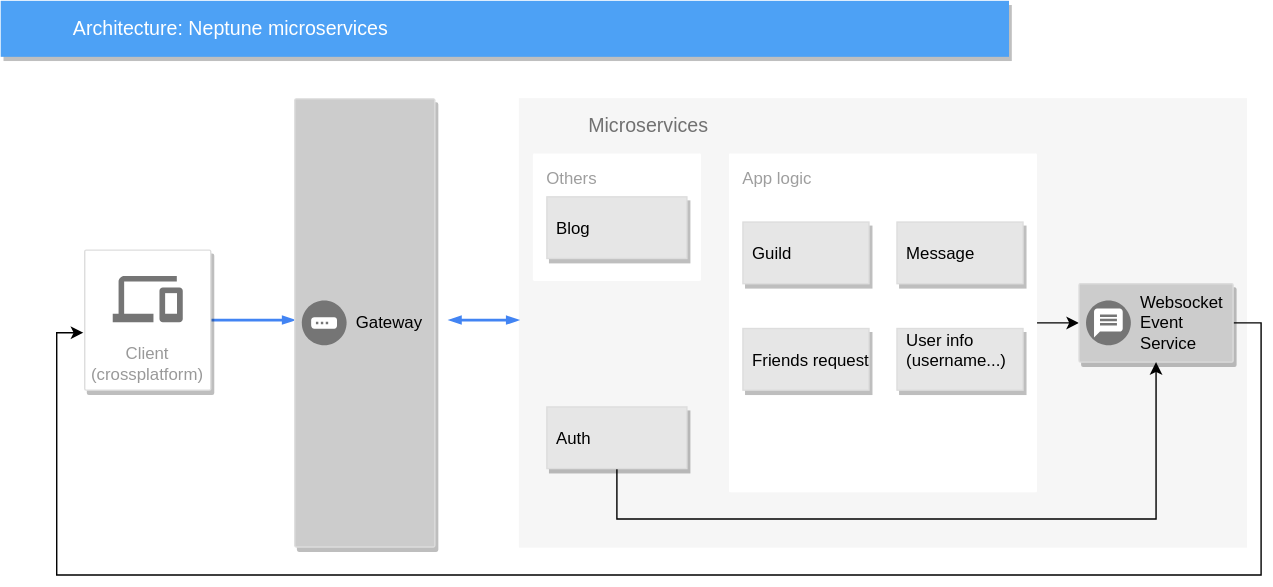
Earlier version of the draw.io export diagram/diagram.svg (NeptuneOrg/guideline). Source tidied: cells renumbered, new cells last; positions are measured from the earlier drawing's top-left corner, leaving out a move shared by most shapes.
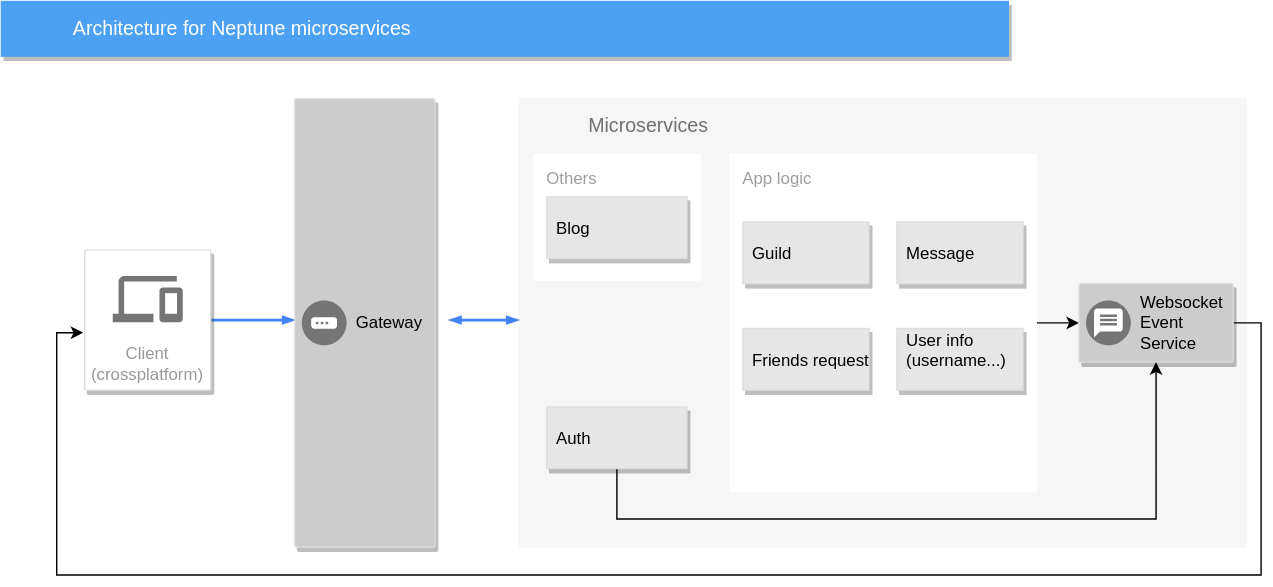
After the change.

Change to the diagram source:
```diff
@@ -5,7 +5,7 @@
     <mxCell id="2" value="&lt;div&gt;Microservices&lt;/div&gt;" style="fillColor=#F6F6F6;strokeColor=none;shadow=0;gradientColor=none;fontSize=14;align=left;spacing=10;fontColor=#717171;9E9E9E;verticalAlign=top;spacingTop=-4;fontStyle=0;spacingLeft=40;html=1;" parent="1" vertex="1">
       <mxGeometry x="370" y="69.5" width="520" height="321" as="geometry" />
     </mxCell>
-    <mxCell id="3" value="Architecture: Neptune microservices" style="fillColor=#4DA1F5;strokeColor=none;shadow=1;gradientColor=none;fontSize=14;align=left;spacingLeft=50;fontColor=#ffffff;html=1;" parent="1" vertex="1">
+    <mxCell id="3" value="Architecture for Neptune microservices" style="fillColor=#4DA1F5;strokeColor=none;shadow=1;gradientColor=none;fontSize=14;align=left;spacingLeft=50;fontColor=#ffffff;html=1;" parent="1" vertex="1">
       <mxGeometry width="720" height="40" as="geometry" />
     </mxCell>
     <mxCell id="4" style="edgeStyle=orthogonalEdgeStyle;rounded=0;html=1;labelBackgroundColor=none;startFill=1;startSize=4;endArrow=blockThin;endFill=1;endSize=4;jettySize=auto;strokeColor=#4284F3;strokeWidth=2;fontSize=12;fontColor=#000000;align=left;dashed=0;" parent="1" edge="1" source="5">
```
